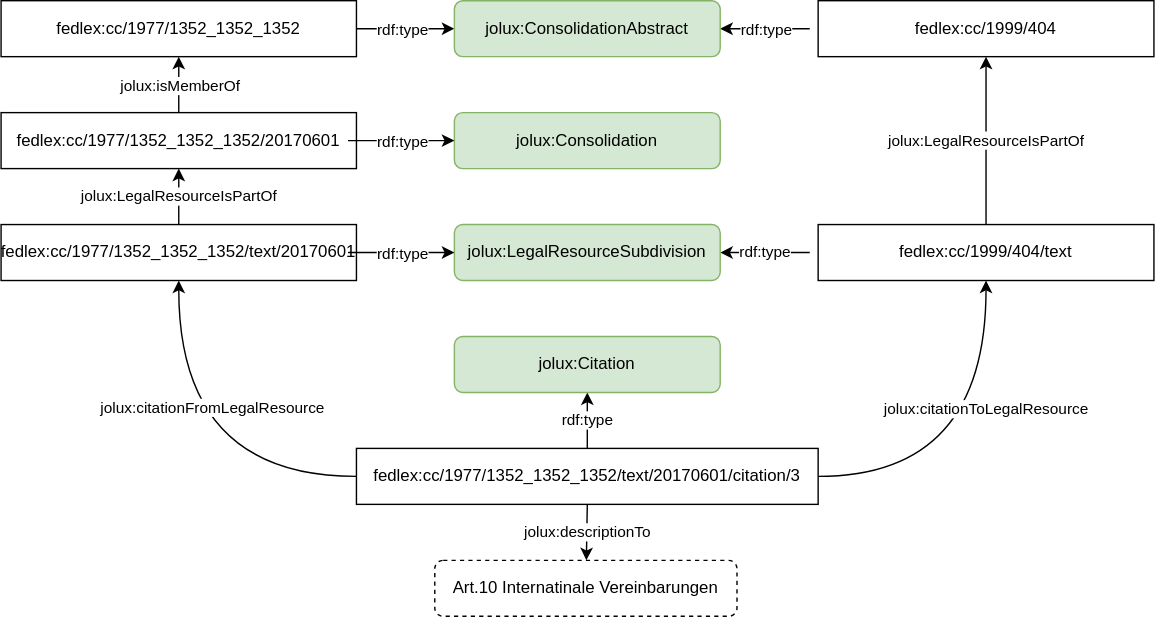
The draw.io diagram content/img/citations.svg in bequrios/fedlex, before a commit. Source tidied: cells renumbered, new cells last; positions are measured from the earlier drawing's top-left corner, leaving out a move shared by most shapes.
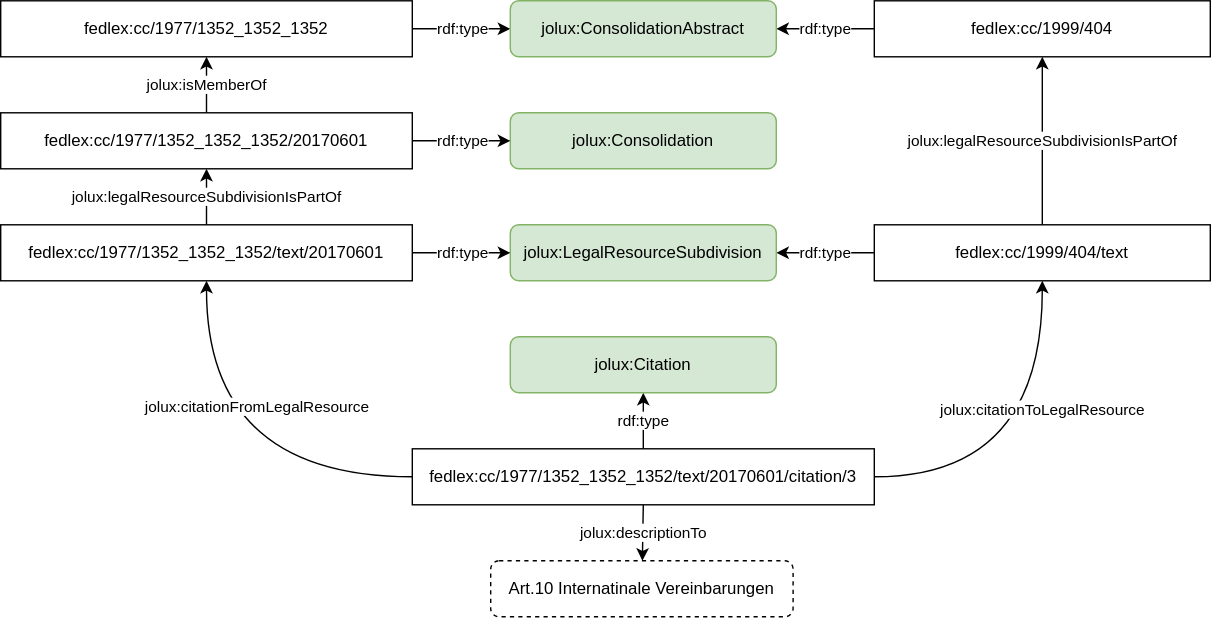
After the commit.

What changed in the source:
```diff
@@ -2,16 +2,14 @@
   <root>
     <mxCell id="0" />
     <mxCell id="1" parent="0" />
-    <mxCell id="2" style="edgeStyle=orthogonalEdgeStyle;html=1;exitX=1;exitY=0.5;exitDx=0;exitDy=0;entryX=0;entryY=0.5;entryDx=0;entryDy=0;" parent="1" edge="1" target="20">
-      <mxGeometry relative="1" as="geometry">
-        <mxPoint x="248" y="20" as="sourcePoint" />
-      </mxGeometry>
+    <mxCell id="2" style="edgeStyle=orthogonalEdgeStyle;html=1;entryX=0;entryY=0.5;entryDx=0;entryDy=0;exitX=1;exitY=0.5;exitDx=0;exitDy=0;" parent="1" edge="1" source="4" target="20">
+      <mxGeometry relative="1" as="geometry" />
     </mxCell>
     <mxCell id="3" value="&lt;div&gt;rdf:type&lt;/div&gt;" style="edgeLabel;html=1;align=center;verticalAlign=middle;" parent="2" vertex="1">
       <mxGeometry relative="1" as="geometry" />
     </mxCell>
     <mxCell id="4" value="fedlex:cc/1977/1352_1352_1352" style="rounded=0;whiteSpace=wrap;html=1;" parent="1" vertex="1">
-      <mxGeometry width="254" height="40" as="geometry" />
+      <mxGeometry x="-40" width="294" height="40" as="geometry" />
     </mxCell>
     <mxCell id="5" style="edgeStyle=orthogonalEdgeStyle;html=1;exitX=0.5;exitY=0;exitDx=0;exitDy=0;rounded=0;entryX=0.5;entryY=1;entryDx=0;entryDy=0;" parent="1" edge="1" source="8" target="4">
       <mxGeometry relative="1" as="geometry" />
@@ -19,14 +17,14 @@
     <mxCell id="6" value="jolux:isMemberOf" style="edgeLabel;html=1;align=center;verticalAlign=middle;" parent="5" vertex="1">
       <mxGeometry relative="1" as="geometry" />
     </mxCell>
-    <mxCell id="7" value="jolux:LegalResourceIsPartOf" style="edgeStyle=none;html=1;exitX=0.5;exitY=0;exitDx=0;exitDy=0;entryX=0.5;entryY=1;entryDx=0;entryDy=0;" parent="1" edge="1" source="9" target="8">
+    <mxCell id="7" value="jolux:legalResourceSubdivisionIsPartOf" style="edgeStyle=none;html=1;exitX=0.5;exitY=0;exitDx=0;exitDy=0;entryX=0.5;entryY=1;entryDx=0;entryDy=0;" parent="1" edge="1" source="9" target="8">
       <mxGeometry relative="1" as="geometry" />
     </mxCell>
     <mxCell id="8" value="fedlex:cc/1977/1352_1352_1352/20170601" style="rounded=0;whiteSpace=wrap;html=1;" parent="1" vertex="1">
-      <mxGeometry y="80" width="254" height="40" as="geometry" />
+      <mxGeometry x="-40" y="80" width="294" height="40" as="geometry" />
     </mxCell>
     <mxCell id="9" value="fedlex:cc/1977/1352_1352_1352/text/20170601" style="rounded=0;whiteSpace=wrap;html=1;" parent="1" vertex="1">
-      <mxGeometry y="160" width="254" height="40" as="geometry" />
+      <mxGeometry x="-40" y="160" width="294" height="40" as="geometry" />
     </mxCell>
     <mxCell id="10" value="rdf:type" style="edgeStyle=orthogonalEdgeStyle;curved=1;html=1;exitX=0.5;exitY=0;exitDx=0;exitDy=0;" parent="1" edge="1" source="15" target="16">
       <mxGeometry relative="1" as="geometry" />
@@ -51,10 +49,8 @@
     <mxCell id="16" value="jolux:Citation" style="rounded=1;whiteSpace=wrap;html=1;fillColor=#d5e8d4;strokeColor=#82b366;" parent="1" vertex="1">
       <mxGeometry x="324" y="240" width="190" height="40" as="geometry" />
     </mxCell>
-    <mxCell id="17" style="edgeStyle=orthogonalEdgeStyle;html=1;exitX=0;exitY=0.5;exitDx=0;exitDy=0;entryX=1;entryY=0.5;entryDx=0;entryDy=0;" parent="1" edge="1" target="20">
-      <mxGeometry relative="1" as="geometry">
-        <mxPoint x="578" y="20" as="sourcePoint" />
-      </mxGeometry>
+    <mxCell id="17" style="edgeStyle=orthogonalEdgeStyle;html=1;exitX=0;exitY=0.5;exitDx=0;exitDy=0;entryX=1;entryY=0.5;entryDx=0;entryDy=0;" parent="1" edge="1" source="19" target="20">
+      <mxGeometry relative="1" as="geometry" />
     </mxCell>
     <mxCell id="18" value="&lt;div&gt;rdf:type&lt;/div&gt;" style="edgeLabel;html=1;align=center;verticalAlign=middle;" parent="17" vertex="1">
       <mxGeometry relative="1" as="geometry" />
@@ -65,7 +61,7 @@
     <mxCell id="20" value="jolux:ConsolidationAbstract" style="rounded=1;whiteSpace=wrap;html=1;fillColor=#d5e8d4;strokeColor=#82b366;" parent="1" vertex="1">
       <mxGeometry x="324" width="190" height="40" as="geometry" />
     </mxCell>
-    <mxCell id="21" value="jolux:LegalResourceIsPartOf" style="edgeStyle=none;html=1;exitX=0.5;exitY=0;exitDx=0;exitDy=0;entryX=0.5;entryY=1;entryDx=0;entryDy=0;" parent="1" edge="1" source="23" target="19">
+    <mxCell id="21" value="jolux:legalResourceSubdivisionIsPartOf" style="edgeStyle=none;html=1;exitX=0.5;exitY=0;exitDx=0;exitDy=0;entryX=0.5;entryY=1;entryDx=0;entryDy=0;" parent="1" edge="1" source="23" target="19">
       <mxGeometry relative="1" as="geometry" />
     </mxCell>
     <mxCell id="22" value="jolux:Consolidation" style="rounded=1;whiteSpace=wrap;html=1;fillColor=#d5e8d4;strokeColor=#82b366;" parent="1" vertex="1">
@@ -74,26 +70,20 @@
     <mxCell id="23" value="fedlex:cc/1999/404/text" style="rounded=0;whiteSpace=wrap;html=1;" parent="1" vertex="1">
       <mxGeometry x="584" y="160" width="240" height="40" as="geometry" />
     </mxCell>
-    <mxCell id="24" value="rdf:type" style="edgeStyle=orthogonalEdgeStyle;rounded=0;html=1;exitX=0;exitY=0.5;exitDx=0;exitDy=0;entryX=1;entryY=0.5;entryDx=0;entryDy=0;" parent="1" edge="1" target="25">
-      <mxGeometry relative="1" as="geometry">
-        <mxPoint x="578" y="180" as="sourcePoint" />
-      </mxGeometry>
+    <mxCell id="24" value="rdf:type" style="edgeStyle=orthogonalEdgeStyle;rounded=0;html=1;exitX=0;exitY=0.5;exitDx=0;exitDy=0;entryX=1;entryY=0.5;entryDx=0;entryDy=0;" parent="1" edge="1" source="23" target="25">
+      <mxGeometry relative="1" as="geometry" />
     </mxCell>
     <mxCell id="25" value="jolux:LegalResourceSubdivision" style="rounded=1;whiteSpace=wrap;html=1;fillColor=#d5e8d4;strokeColor=#82b366;" parent="1" vertex="1">
       <mxGeometry x="324" y="160" width="190" height="40" as="geometry" />
     </mxCell>
-    <mxCell id="26" style="edgeStyle=orthogonalEdgeStyle;html=1;exitX=1;exitY=0.5;exitDx=0;exitDy=0;entryX=0;entryY=0.5;entryDx=0;entryDy=0;" parent="1" edge="1" target="22">
-      <mxGeometry relative="1" as="geometry">
-        <mxPoint x="248" y="100" as="sourcePoint" />
-      </mxGeometry>
+    <mxCell id="26" style="edgeStyle=orthogonalEdgeStyle;html=1;entryX=0;entryY=0.5;entryDx=0;entryDy=0;exitX=1;exitY=0.5;exitDx=0;exitDy=0;" parent="1" edge="1" source="8" target="22">
+      <mxGeometry relative="1" as="geometry" />
     </mxCell>
     <mxCell id="27" value="&lt;div&gt;rdf:type&lt;/div&gt;" style="edgeLabel;html=1;align=center;verticalAlign=middle;" parent="26" vertex="1">
       <mxGeometry relative="1" as="geometry" />
     </mxCell>
-    <mxCell id="28" style="edgeStyle=orthogonalEdgeStyle;html=1;exitX=1;exitY=0.5;exitDx=0;exitDy=0;entryX=0;entryY=0.5;entryDx=0;entryDy=0;" parent="1" edge="1" target="25">
-      <mxGeometry relative="1" as="geometry">
-        <mxPoint x="248" y="180" as="sourcePoint" />
-      </mxGeometry>
+    <mxCell id="28" style="edgeStyle=orthogonalEdgeStyle;html=1;entryX=0;entryY=0.5;entryDx=0;entryDy=0;exitX=1;exitY=0.5;exitDx=0;exitDy=0;" parent="1" edge="1" source="9" target="25">
+      <mxGeometry relative="1" as="geometry" />
     </mxCell>
     <mxCell id="29" value="&lt;div&gt;rdf:type&lt;/div&gt;" style="edgeLabel;html=1;align=center;verticalAlign=middle;" parent="28" vertex="1">
       <mxGeometry relative="1" as="geometry" />
```
